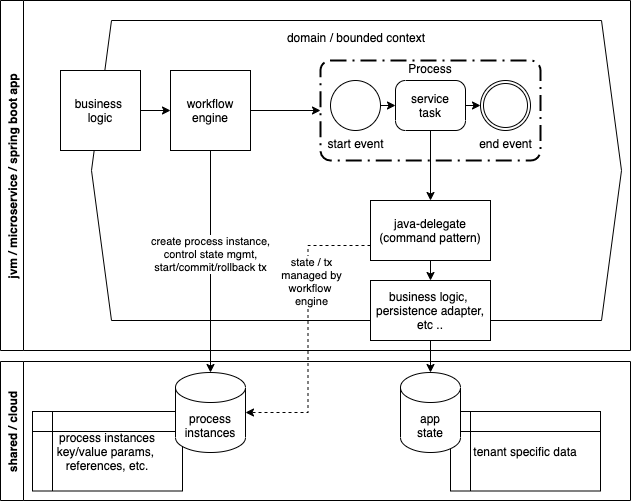
This is flowcode/images/workflow_programming_model.png from nikkijuk/nikkijuk.github.io, a draw.io export, as it was before one commit. Source tidied: cells renumbered, new cells last; positions are measured from the earlier drawing's top-left corner, leaving out a move shared by most shapes. Its diagram source:
```xml
<mxGraphModel>
  <root>
    <mxCell id="0" />
    <mxCell id="1" parent="0" />
    <mxCell id="2" value="domain / bounded context&lt;br&gt;&lt;br&gt;&lt;br&gt;&lt;br&gt;&lt;br&gt;&lt;br&gt;&lt;br&gt;&lt;br&gt;&lt;br&gt;&lt;br&gt;&lt;br&gt;&lt;br&gt;&lt;br&gt;&lt;br&gt;&lt;br&gt;&lt;br&gt;&lt;br&gt;&lt;br&gt;&lt;br&gt;&lt;br&gt;" style="shape=hexagon;perimeter=hexagonPerimeter2;whiteSpace=wrap;html=1;fixedSize=1;" parent="1" vertex="1">
      <mxGeometry x="91" y="20" width="530" height="300" as="geometry" />
    </mxCell>
    <mxCell id="3" value="Process&#10;&#10;&#10;&#10;&#10;&#10;" style="points=[[0.25,0,0],[0.5,0,0],[0.75,0,0],[1,0.25,0],[1,0.5,0],[1,0.75,0],[0.75,1,0],[0.5,1,0],[0.25,1,0],[0,0.75,0],[0,0.5,0],[0,0.25,0]];rounded=1;arcSize=10;dashed=1;strokeColor=#000000;fillColor=none;gradientColor=none;dashPattern=8 3 1 3;strokeWidth=2;align=center;" parent="1" vertex="1">
      <mxGeometry x="320" y="60" width="220" height="100" as="geometry" />
    </mxCell>
    <mxCell id="4" style="edgeStyle=orthogonalEdgeStyle;rounded=0;jettySize=auto;html=1;exitX=1;exitY=0.5;exitDx=0;exitDy=0;exitPerimeter=0;entryX=0;entryY=0.5;entryDx=0;entryDy=0;entryPerimeter=0;" parent="1" edge="1" source="5" target="9">
      <mxGeometry relative="1" as="geometry" />
    </mxCell>
    <mxCell id="5" value="start event" style="points=[[0.145,0.145,0],[0.5,0,0],[0.855,0.145,0],[1,0.5,0],[0.855,0.855,0],[0.5,1,0],[0.145,0.855,0],[0,0.5,0]];shape=mxgraph.bpmn.event;html=1;verticalLabelPosition=bottom;labelBackgroundColor=#ffffff;verticalAlign=top;align=center;perimeter=ellipsePerimeter;outlineConnect=0;outline=standard;symbol=general;" parent="1" vertex="1">
      <mxGeometry x="330" y="80" width="50" height="50" as="geometry" />
    </mxCell>
    <mxCell id="6" value="end event" style="points=[[0.145,0.145,0],[0.5,0,0],[0.855,0.145,0],[1,0.5,0],[0.855,0.855,0],[0.5,1,0],[0.145,0.855,0],[0,0.5,0]];shape=mxgraph.bpmn.event;html=1;verticalLabelPosition=bottom;labelBackgroundColor=#ffffff;verticalAlign=top;align=center;perimeter=ellipsePerimeter;outlineConnect=0;outline=throwing;symbol=general;" parent="1" vertex="1">
      <mxGeometry x="480" y="80" width="50" height="50" as="geometry" />
    </mxCell>
    <mxCell id="7" style="edgeStyle=orthogonalEdgeStyle;rounded=0;jettySize=auto;html=1;exitX=1;exitY=0.5;exitDx=0;exitDy=0;exitPerimeter=0;entryX=0;entryY=0.5;entryDx=0;entryDy=0;entryPerimeter=0;" parent="1" edge="1" source="9" target="6">
      <mxGeometry relative="1" as="geometry" />
    </mxCell>
    <mxCell id="8" style="edgeStyle=orthogonalEdgeStyle;rounded=0;jettySize=auto;html=1;exitX=0.5;exitY=1;exitDx=0;exitDy=0;exitPerimeter=0;" parent="1" edge="1" source="9" target="13">
      <mxGeometry relative="1" as="geometry" />
    </mxCell>
    <mxCell id="9" value="service&#10;task" style="points=[[0.25,0,0],[0.5,0,0],[0.75,0,0],[1,0.25,0],[1,0.5,0],[1,0.75,0],[0.75,1,0],[0.5,1,0],[0.25,1,0],[0,0.75,0],[0,0.5,0],[0,0.25,0]];shape=mxgraph.bpmn.task;whiteSpace=wrap;rectStyle=rounded;size=10;taskMarker=abstract;" parent="1" vertex="1">
      <mxGeometry x="395" y="80" width="70" height="50" as="geometry" />
    </mxCell>
    <mxCell id="10" style="edgeStyle=orthogonalEdgeStyle;rounded=0;jettySize=auto;html=1;exitX=0.5;exitY=1;exitDx=0;exitDy=0;entryX=0.5;entryY=0;entryDx=0;entryDy=0;" parent="1" edge="1" source="13" target="15">
      <mxGeometry relative="1" as="geometry" />
    </mxCell>
    <mxCell id="11" style="edgeStyle=orthogonalEdgeStyle;rounded=0;jettySize=auto;html=1;exitX=0;exitY=0.75;exitDx=0;exitDy=0;entryX=1;entryY=0.5;entryDx=0;entryDy=0;entryPerimeter=0;dashed=1;" parent="1" edge="1" source="13" target="26">
      <mxGeometry relative="1" as="geometry" />
    </mxCell>
    <mxCell id="12" value="state / tx&lt;br&gt;managed by&lt;br&gt;workflow&amp;nbsp;&lt;br&gt;engine" style="edgeLabel;html=1;align=center;verticalAlign=middle;" parent="11" vertex="1">
      <mxGeometry x="-0.37" y="2" relative="1" as="geometry">
        <mxPoint x="1" y="7" as="offset" />
      </mxGeometry>
    </mxCell>
    <mxCell id="13" value="java-delegate&lt;br&gt;(command pattern)" style="rounded=0;whiteSpace=wrap;html=1;" parent="1" vertex="1">
      <mxGeometry x="370" y="200" width="120" height="60" as="geometry" />
    </mxCell>
    <mxCell id="14" style="edgeStyle=orthogonalEdgeStyle;rounded=0;jettySize=auto;html=1;exitX=0.5;exitY=1;exitDx=0;exitDy=0;entryX=0.5;entryY=0;entryDx=0;entryDy=0;entryPerimeter=0;" parent="1" edge="1" source="15" target="27">
      <mxGeometry relative="1" as="geometry" />
    </mxCell>
    <mxCell id="15" value="business logic,&amp;nbsp;&lt;br&gt;persistence adapter, etc .." style="rounded=0;whiteSpace=wrap;html=1;" parent="1" vertex="1">
      <mxGeometry x="370" y="280" width="120" height="60" as="geometry" />
    </mxCell>
    <mxCell id="16" style="edgeStyle=orthogonalEdgeStyle;rounded=0;jettySize=auto;html=1;exitX=1;exitY=0.5;exitDx=0;exitDy=0;" parent="1" edge="1" source="17" target="22">
      <mxGeometry relative="1" as="geometry" />
    </mxCell>
    <mxCell id="17" value="business&amp;nbsp;&lt;br&gt;logic" style="whiteSpace=wrap;html=1;" parent="1" vertex="1">
      <mxGeometry x="60" y="70" width="80" height="80" as="geometry" />
    </mxCell>
    <mxCell id="18" style="edgeStyle=orthogonalEdgeStyle;rounded=0;jettySize=auto;html=1;exitX=1;exitY=0.5;exitDx=0;exitDy=0;entryX=0;entryY=0.5;entryDx=0;entryDy=0;entryPerimeter=0;" parent="1" edge="1" source="22" target="3">
      <mxGeometry relative="1" as="geometry" />
    </mxCell>
    <mxCell id="19" style="edgeStyle=orthogonalEdgeStyle;rounded=0;jettySize=auto;html=1;exitX=0.5;exitY=1;exitDx=0;exitDy=0;" parent="1" edge="1" source="22" target="26">
      <mxGeometry relative="1" as="geometry" />
    </mxCell>
    <mxCell id="20" value="create process instance,&lt;br&gt;control state mgmt,&lt;br&gt;start/commit/rollback tx" style="edgeLabel;html=1;align=center;verticalAlign=middle;" parent="19" vertex="1">
      <mxGeometry x="-0.07" y="-1" relative="1" as="geometry" />
    </mxCell>
    <mxCell id="21" value="jvm / microservice / spring boot app" style="swimlane;horizontal=0;" parent="1" vertex="1">
      <mxGeometry width="630" height="350" as="geometry" />
    </mxCell>
    <mxCell id="22" value="workflow engine" style="whiteSpace=wrap;html=1;" parent="21" vertex="1">
      <mxGeometry x="170" y="70" width="80" height="80" as="geometry" />
    </mxCell>
    <mxCell id="23" value="shared / cloud" style="swimlane;horizontal=0;" parent="1" vertex="1">
      <mxGeometry y="361" width="630" height="139" as="geometry" />
    </mxCell>
    <mxCell id="24" value="process instances&lt;br&gt;key/value params,&amp;nbsp; references, etc." style="shape=internalStorage;whiteSpace=wrap;html=1;backgroundOutline=1;" parent="23" vertex="1">
      <mxGeometry x="32" y="50" width="150" height="79.5" as="geometry" />
    </mxCell>
    <mxCell id="25" value="tenant specific data" style="shape=internalStorage;whiteSpace=wrap;html=1;backgroundOutline=1;" parent="23" vertex="1">
      <mxGeometry x="450" y="50" width="150" height="79.5" as="geometry" />
    </mxCell>
    <mxCell id="26" value="process&lt;br&gt;instances" style="shape=cylinder3;whiteSpace=wrap;html=1;boundedLbl=1;backgroundOutline=1;size=15;" parent="23" vertex="1">
      <mxGeometry x="175" y="11" width="70" height="80" as="geometry" />
    </mxCell>
    <mxCell id="27" value="app&lt;br&gt;state" style="shape=cylinder3;whiteSpace=wrap;html=1;boundedLbl=1;backgroundOutline=1;size=15;" parent="1" vertex="1">
      <mxGeometry x="400" y="372" width="60" height="80" as="geometry" />
    </mxCell>
  </root>
</mxGraphModel>
```
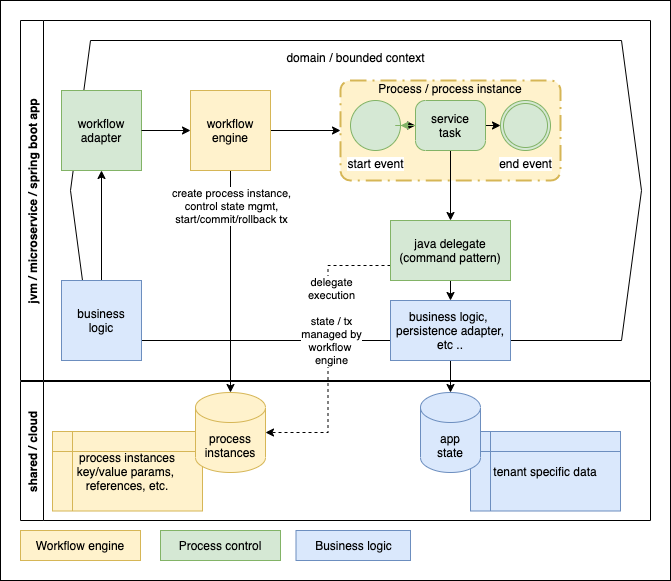
The same file after the commit.

Commit message:
reorg for slides

Change to the diagram source:
```diff
@@ -2,19 +2,22 @@
   <root>
     <mxCell id="0" />
     <mxCell id="1" parent="0" />
+    <mxCell id="28" style="rounded=0;whiteSpace=wrap;html=1;" parent="1" vertex="1">
+      <mxGeometry x="-20" y="-20" width="670" height="580" as="geometry" />
+    </mxCell>
     <mxCell id="2" value="domain / bounded context&lt;br&gt;&lt;br&gt;&lt;br&gt;&lt;br&gt;&lt;br&gt;&lt;br&gt;&lt;br&gt;&lt;br&gt;&lt;br&gt;&lt;br&gt;&lt;br&gt;&lt;br&gt;&lt;br&gt;&lt;br&gt;&lt;br&gt;&lt;br&gt;&lt;br&gt;&lt;br&gt;&lt;br&gt;&lt;br&gt;" style="shape=hexagon;perimeter=hexagonPerimeter2;whiteSpace=wrap;html=1;fixedSize=1;" parent="1" vertex="1">
-      <mxGeometry x="91" y="20" width="530" height="300" as="geometry" />
+      <mxGeometry x="50" y="20" width="571" height="300" as="geometry" />
     </mxCell>
-    <mxCell id="3" value="Process&#10;&#10;&#10;&#10;&#10;&#10;" style="points=[[0.25,0,0],[0.5,0,0],[0.75,0,0],[1,0.25,0],[1,0.5,0],[1,0.75,0],[0.75,1,0],[0.5,1,0],[0.25,1,0],[0,0.75,0],[0,0.5,0],[0,0.25,0]];rounded=1;arcSize=10;dashed=1;strokeColor=#000000;fillColor=none;gradientColor=none;dashPattern=8 3 1 3;strokeWidth=2;align=center;" parent="1" vertex="1">
+    <mxCell id="3" value="Process / process instance&#10;&#10;&#10;&#10;&#10;&#10;" style="points=[[0.25,0,0],[0.5,0,0],[0.75,0,0],[1,0.25,0],[1,0.5,0],[1,0.75,0],[0.75,1,0],[0.5,1,0],[0.25,1,0],[0,0.75,0],[0,0.5,0],[0,0.25,0]];rounded=1;arcSize=10;dashed=1;strokeColor=#d6b656;fillColor=#fff2cc;dashPattern=8 3 1 3;strokeWidth=2;align=center;" parent="1" vertex="1">
       <mxGeometry x="320" y="60" width="220" height="100" as="geometry" />
     </mxCell>
     <mxCell id="4" style="edgeStyle=orthogonalEdgeStyle;rounded=0;jettySize=auto;html=1;exitX=1;exitY=0.5;exitDx=0;exitDy=0;exitPerimeter=0;entryX=0;entryY=0.5;entryDx=0;entryDy=0;entryPerimeter=0;" parent="1" edge="1" source="5" target="9">
       <mxGeometry relative="1" as="geometry" />
     </mxCell>
-    <mxCell id="5" value="start event" style="points=[[0.145,0.145,0],[0.5,0,0],[0.855,0.145,0],[1,0.5,0],[0.855,0.855,0],[0.5,1,0],[0.145,0.855,0],[0,0.5,0]];shape=mxgraph.bpmn.event;html=1;verticalLabelPosition=bottom;labelBackgroundColor=#ffffff;verticalAlign=top;align=center;perimeter=ellipsePerimeter;outlineConnect=0;outline=standard;symbol=general;" parent="1" vertex="1">
+    <mxCell id="5" value="start event" style="points=[[0.145,0.145,0],[0.5,0,0],[0.855,0.145,0],[1,0.5,0],[0.855,0.855,0],[0.5,1,0],[0.145,0.855,0],[0,0.5,0]];shape=mxgraph.bpmn.event;html=1;verticalLabelPosition=bottom;labelBackgroundColor=#ffffff;verticalAlign=top;align=center;perimeter=ellipsePerimeter;outlineConnect=0;outline=standard;symbol=general;fillColor=#d5e8d4;strokeColor=#82b366;" parent="1" vertex="1">
       <mxGeometry x="330" y="80" width="50" height="50" as="geometry" />
     </mxCell>
-    <mxCell id="6" value="end event" style="points=[[0.145,0.145,0],[0.5,0,0],[0.855,0.145,0],[1,0.5,0],[0.855,0.855,0],[0.5,1,0],[0.145,0.855,0],[0,0.5,0]];shape=mxgraph.bpmn.event;html=1;verticalLabelPosition=bottom;labelBackgroundColor=#ffffff;verticalAlign=top;align=center;perimeter=ellipsePerimeter;outlineConnect=0;outline=throwing;symbol=general;" parent="1" vertex="1">
+    <mxCell id="6" value="end event" style="points=[[0.145,0.145,0],[0.5,0,0],[0.855,0.145,0],[1,0.5,0],[0.855,0.855,0],[0.5,1,0],[0.145,0.855,0],[0,0.5,0]];shape=mxgraph.bpmn.event;html=1;verticalLabelPosition=bottom;labelBackgroundColor=#ffffff;verticalAlign=top;align=center;perimeter=ellipsePerimeter;outlineConnect=0;outline=throwing;symbol=general;fillColor=#d5e8d4;strokeColor=#82b366;" parent="1" vertex="1">
       <mxGeometry x="480" y="80" width="50" height="50" as="geometry" />
     </mxCell>
     <mxCell id="7" style="edgeStyle=orthogonalEdgeStyle;rounded=0;jettySize=auto;html=1;exitX=1;exitY=0.5;exitDx=0;exitDy=0;exitPerimeter=0;entryX=0;entryY=0.5;entryDx=0;entryDy=0;entryPerimeter=0;" parent="1" edge="1" source="9" target="6">
@@ -23,7 +26,10 @@
     <mxCell id="8" style="edgeStyle=orthogonalEdgeStyle;rounded=0;jettySize=auto;html=1;exitX=0.5;exitY=1;exitDx=0;exitDy=0;exitPerimeter=0;" parent="1" edge="1" source="9" target="13">
       <mxGeometry relative="1" as="geometry" />
     </mxCell>
+    <mxCell id="29" style="edgeStyle=orthogonalEdgeStyle;rounded=0;jettySize=auto;html=1;fillColor=#d5e8d4;strokeColor=#82b366;" parent="1" edge="1" source="9" target="5">
+      <mxGeometry relative="1" as="geometry" />
+    </mxCell>
-    <mxCell id="9" value="service&#10;task" style="points=[[0.25,0,0],[0.5,0,0],[0.75,0,0],[1,0.25,0],[1,0.5,0],[1,0.75,0],[0.75,1,0],[0.5,1,0],[0.25,1,0],[0,0.75,0],[0,0.5,0],[0,0.25,0]];shape=mxgraph.bpmn.task;whiteSpace=wrap;rectStyle=rounded;size=10;taskMarker=abstract;" parent="1" vertex="1">
+    <mxCell id="9" value="service&#10;task" style="points=[[0.25,0,0],[0.5,0,0],[0.75,0,0],[1,0.25,0],[1,0.5,0],[1,0.75,0],[0.75,1,0],[0.5,1,0],[0.25,1,0],[0,0.75,0],[0,0.5,0],[0,0.25,0]];shape=mxgraph.bpmn.task;whiteSpace=wrap;rectStyle=rounded;size=10;taskMarker=abstract;fillColor=#d5e8d4;strokeColor=#82b366;" parent="1" vertex="1">
       <mxGeometry x="395" y="80" width="70" height="50" as="geometry" />
     </mxCell>
     <mxCell id="10" style="edgeStyle=orthogonalEdgeStyle;rounded=0;jettySize=auto;html=1;exitX=0.5;exitY=1;exitDx=0;exitDy=0;entryX=0.5;entryY=0;entryDx=0;entryDy=0;" parent="1" edge="1" source="13" target="15">
@@ -32,26 +38,20 @@
     <mxCell id="11" style="edgeStyle=orthogonalEdgeStyle;rounded=0;jettySize=auto;html=1;exitX=0;exitY=0.75;exitDx=0;exitDy=0;entryX=1;entryY=0.5;entryDx=0;entryDy=0;entryPerimeter=0;dashed=1;" parent="1" edge="1" source="13" target="26">
       <mxGeometry relative="1" as="geometry" />
     </mxCell>
-    <mxCell id="12" value="state / tx&lt;br&gt;managed by&lt;br&gt;workflow&amp;nbsp;&lt;br&gt;engine" style="edgeLabel;html=1;align=center;verticalAlign=middle;" parent="11" vertex="1">
+    <mxCell id="12" value="delegate&lt;br&gt;execution&lt;br&gt;&lt;br&gt;state / tx&lt;br&gt;managed by&lt;br&gt;workflow&amp;nbsp;&lt;br&gt;engine" style="edgeLabel;html=1;align=center;verticalAlign=middle;" parent="11" vertex="1">
       <mxGeometry x="-0.37" y="2" relative="1" as="geometry">
-        <mxPoint x="1" y="7" as="offset" />
+        <mxPoint x="1" y="27" as="offset" />
       </mxGeometry>
     </mxCell>
-    <mxCell id="13" value="java-delegate&lt;br&gt;(command pattern)" style="rounded=0;whiteSpace=wrap;html=1;" parent="1" vertex="1">
+    <mxCell id="13" value="java delegate&lt;br&gt;(command pattern)" style="rounded=0;whiteSpace=wrap;html=1;fillColor=#d5e8d4;strokeColor=#82b366;" parent="1" vertex="1">
       <mxGeometry x="370" y="200" width="120" height="60" as="geometry" />
     </mxCell>
     <mxCell id="14" style="edgeStyle=orthogonalEdgeStyle;rounded=0;jettySize=auto;html=1;exitX=0.5;exitY=1;exitDx=0;exitDy=0;entryX=0.5;entryY=0;entryDx=0;entryDy=0;entryPerimeter=0;" parent="1" edge="1" source="15" target="27">
       <mxGeometry relative="1" as="geometry" />
     </mxCell>
-    <mxCell id="15" value="business logic,&amp;nbsp;&lt;br&gt;persistence adapter, etc .." style="rounded=0;whiteSpace=wrap;html=1;" parent="1" vertex="1">
+    <mxCell id="15" value="business logic,&amp;nbsp;&lt;br&gt;persistence adapter, etc .." style="rounded=0;whiteSpace=wrap;html=1;fillColor=#dae8fc;strokeColor=#6c8ebf;" parent="1" vertex="1">
       <mxGeometry x="370" y="280" width="120" height="60" as="geometry" />
     </mxCell>
-    <mxCell id="16" style="edgeStyle=orthogonalEdgeStyle;rounded=0;jettySize=auto;html=1;exitX=1;exitY=0.5;exitDx=0;exitDy=0;" parent="1" edge="1" source="17" target="22">
-      <mxGeometry relative="1" as="geometry" />
-    </mxCell>
-    <mxCell id="17" value="business&amp;nbsp;&lt;br&gt;logic" style="whiteSpace=wrap;html=1;" parent="1" vertex="1">
-      <mxGeometry x="60" y="70" width="80" height="80" as="geometry" />
-    </mxCell>
     <mxCell id="18" style="edgeStyle=orthogonalEdgeStyle;rounded=0;jettySize=auto;html=1;exitX=1;exitY=0.5;exitDx=0;exitDy=0;entryX=0;entryY=0.5;entryDx=0;entryDy=0;entryPerimeter=0;" parent="1" edge="1" source="22" target="3">
       <mxGeometry relative="1" as="geometry" />
     </mxCell>
@@ -59,28 +59,51 @@
       <mxGeometry relative="1" as="geometry" />
     </mxCell>
     <mxCell id="20" value="create process instance,&lt;br&gt;control state mgmt,&lt;br&gt;start/commit/rollback tx" style="edgeLabel;html=1;align=center;verticalAlign=middle;" parent="19" vertex="1">
-      <mxGeometry x="-0.07" y="-1" relative="1" as="geometry" />
+      <mxGeometry x="-0.07" y="-1" relative="1" as="geometry">
+        <mxPoint x="1" y="-68" as="offset" />
+      </mxGeometry>
     </mxCell>
     <mxCell id="21" value="jvm / microservice / spring boot app" style="swimlane;horizontal=0;" parent="1" vertex="1">
-      <mxGeometry width="630" height="350" as="geometry" />
+      <mxGeometry width="630" height="360" as="geometry" />
     </mxCell>
-    <mxCell id="22" value="workflow engine" style="whiteSpace=wrap;html=1;" parent="21" vertex="1">
+    <mxCell id="22" value="workflow engine" style="whiteSpace=wrap;html=1;fillColor=#fff2cc;strokeColor=#d6b656;" parent="21" vertex="1">
       <mxGeometry x="170" y="70" width="80" height="80" as="geometry" />
     </mxCell>
+    <mxCell id="17" value="workflow&lt;br&gt;adapter" style="whiteSpace=wrap;html=1;fillColor=#d5e8d4;strokeColor=#82b366;" parent="21" vertex="1">
+      <mxGeometry x="41" y="70" width="80" height="80" as="geometry" />
+    </mxCell>
+    <mxCell id="16" style="edgeStyle=orthogonalEdgeStyle;rounded=0;jettySize=auto;html=1;exitX=1;exitY=0.5;exitDx=0;exitDy=0;" parent="21" edge="1" source="17" target="22">
+      <mxGeometry relative="1" as="geometry" />
+    </mxCell>
+    <mxCell id="30" style="edgeStyle=orthogonalEdgeStyle;rounded=0;jettySize=auto;html=1;exitX=0.5;exitY=0;exitDx=0;exitDy=0;entryX=0.5;entryY=1;entryDx=0;entryDy=0;" parent="21" edge="1" source="31" target="17">
+      <mxGeometry relative="1" as="geometry" />
+    </mxCell>
+    <mxCell id="31" value="business&lt;br&gt;logic" style="whiteSpace=wrap;html=1;fillColor=#dae8fc;strokeColor=#6c8ebf;" parent="21" vertex="1">
+      <mxGeometry x="41" y="260" width="80" height="80" as="geometry" />
+    </mxCell>
     <mxCell id="23" value="shared / cloud" style="swimlane;horizontal=0;" parent="1" vertex="1">
       <mxGeometry y="361" width="630" height="139" as="geometry" />
     </mxCell>
-    <mxCell id="24" value="process instances&lt;br&gt;key/value params,&amp;nbsp; references, etc." style="shape=internalStorage;whiteSpace=wrap;html=1;backgroundOutline=1;" parent="23" vertex="1">
+    <mxCell id="24" value="process instances&lt;br&gt;key/value params,&amp;nbsp; references, etc." style="shape=internalStorage;whiteSpace=wrap;html=1;backgroundOutline=1;fillColor=#fff2cc;strokeColor=#d6b656;" parent="23" vertex="1">
       <mxGeometry x="32" y="50" width="150" height="79.5" as="geometry" />
     </mxCell>
-    <mxCell id="25" value="tenant specific data" style="shape=internalStorage;whiteSpace=wrap;html=1;backgroundOutline=1;" parent="23" vertex="1">
+    <mxCell id="25" value="tenant specific data" style="shape=internalStorage;whiteSpace=wrap;html=1;backgroundOutline=1;fillColor=#dae8fc;strokeColor=#6c8ebf;" parent="23" vertex="1">
       <mxGeometry x="450" y="50" width="150" height="79.5" as="geometry" />
     </mxCell>
-    <mxCell id="26" value="process&lt;br&gt;instances" style="shape=cylinder3;whiteSpace=wrap;html=1;boundedLbl=1;backgroundOutline=1;size=15;" parent="23" vertex="1">
+    <mxCell id="26" value="process&lt;br&gt;instances" style="shape=cylinder3;whiteSpace=wrap;html=1;boundedLbl=1;backgroundOutline=1;size=15;fillColor=#fff2cc;strokeColor=#d6b656;" parent="23" vertex="1">
       <mxGeometry x="175" y="11" width="70" height="80" as="geometry" />
     </mxCell>
-    <mxCell id="27" value="app&lt;br&gt;state" style="shape=cylinder3;whiteSpace=wrap;html=1;boundedLbl=1;backgroundOutline=1;size=15;" parent="1" vertex="1">
+    <mxCell id="27" value="app&lt;br&gt;state" style="shape=cylinder3;whiteSpace=wrap;html=1;boundedLbl=1;backgroundOutline=1;size=15;fillColor=#dae8fc;strokeColor=#6c8ebf;" parent="1" vertex="1">
       <mxGeometry x="400" y="372" width="60" height="80" as="geometry" />
     </mxCell>
+    <mxCell id="32" value="Workflow engine" style="rounded=0;whiteSpace=wrap;html=1;fillColor=#fff2cc;strokeColor=#d6b656;" parent="1" vertex="1">
+      <mxGeometry y="510" width="120" height="30" as="geometry" />
+    </mxCell>
+    <mxCell id="33" value="Process control" style="rounded=0;whiteSpace=wrap;html=1;fillColor=#d5e8d4;strokeColor=#82b366;" parent="1" vertex="1">
+      <mxGeometry x="140" y="510" width="120" height="30" as="geometry" />
+    </mxCell>
+    <mxCell id="34" value="Business logic" style="rounded=0;whiteSpace=wrap;html=1;fillColor=#dae8fc;strokeColor=#6c8ebf;" parent="1" vertex="1">
+      <mxGeometry x="275.5" y="510" width="114.5" height="30" as="geometry" />
+    </mxCell>
   </root>
 </mxGraphModel>
```
